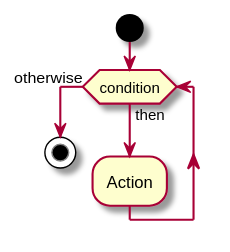
USantaTecla-0-general/3-publicaciones keeps this PlantUML diagram as USantaTecla/tech-plantuml/images/Ejemplo71.svg. Above is the earlier version. The source it was exported from:
```plantuml
@startuml
start

while (condition) is (then)
  :Action;
endwhile (otherwise)

stop
@enduml
```
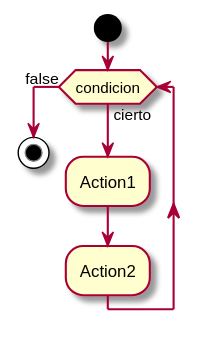
The same diagram one commit later.

What changed in the source:
```diff
@@ -1,9 +1,10 @@
 @startuml
 start
 
-while (condition) is (then)
-  :Action;
-endwhile (otherwise)
+while (condicion) is (cierto)
+  :Action1;
+  :Action2;
+endwhile (false)
 
 stop
 @enduml
```
